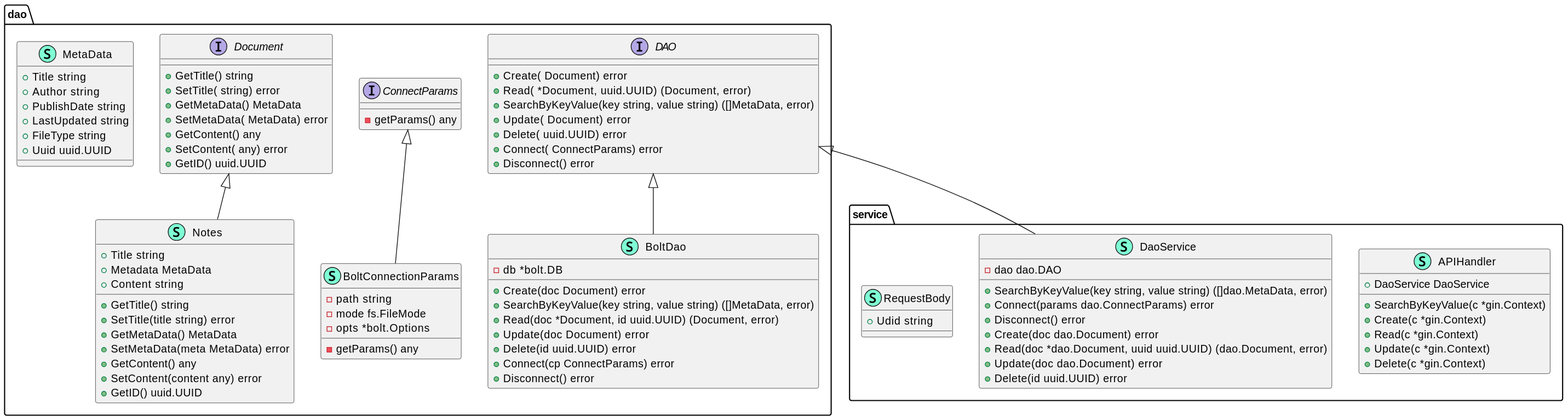
f5aaff/scriptorium keeps this PlantUML diagram as diagrams/uml.svg. Above is the earlier version. The source it was exported from:
```plantuml
@startuml
namespace dao {
    class BoltConnectionParams << (S,Aquamarine) >> {
        - path string
        - mode fs.FileMode
        - opts *bolt.Options

        - getParams() any

    }
    class BoltDao << (S,Aquamarine) >> {
        - db *bolt.DB

        + Create(doc Document) error
        + SearchByKeyValue(key string, value string) ([]MetaData, error)
        + Read(doc *Document, id uuid.UUID) (Document, error)
        + Update(doc Document) error
        + Delete(id uuid.UUID) error
        + Connect(cp ConnectParams) error
        + Disconnect() error

    }
    interface ConnectParams  {
        - getParams() any

    }
    interface DAO  {
        + Create( Document) error
        + Read( *Document,  uuid.UUID) (Document, error)
        + SearchByKeyValue(key string, value string) ([]MetaData, error)
        + Update( Document) error
        + Delete( uuid.UUID) error
        + Connect( ConnectParams) error
        + Disconnect() error

    }
    interface Document  {
        + GetTitle() string
        + SetTitle( string) error
        + GetMetaData() MetaData
        + SetMetaData( MetaData) error
        + GetContent() any
        + SetContent( any) error
        + GetID() uuid.UUID

    }
    class MetaData << (S,Aquamarine) >> {
        + Title string
        + Author string
        + PublishDate string
        + LastUpdated string
        + FileType string
        + Uuid uuid.UUID

    }
    class Notes << (S,Aquamarine) >> {
        + Title string
        + Metadata MetaData
        + Content string

        + GetTitle() string
        + SetTitle(title string) error
        + GetMetaData() MetaData
        + SetMetaData(meta MetaData) error
        + GetContent() any
        + SetContent(content any) error
        + GetID() uuid.UUID

    }
}

"dao.ConnectParams" <|-- "dao.BoltConnectionParams"
"dao.DAO" <|-- "dao.BoltDao"
"dao.Document" <|-- "dao.Notes"

namespace service {
    class APIHandler << (S,Aquamarine) >> {
        + DaoService DaoService

        + SearchByKeyValue(c *gin.Context)
        + Create(c *gin.Context)
        + Read(c *gin.Context)
        + Update(c *gin.Context)
        + Delete(c *gin.Context)

    }
    class DaoService << (S,Aquamarine) >> {
        - dao dao.DAO

        + SearchByKeyValue(key string, value string) ([]dao.MetaData, error)
        + Connect(params dao.ConnectParams) error
        + Disconnect() error
        + Create(doc dao.Document) error
        + Read(doc *dao.Document, uuid uuid.UUID) (dao.Document, error)
        + Update(doc dao.Document) error
        + Delete(id uuid.UUID) error

    }
    class RequestBody << (S,Aquamarine) >> {
        + Udid string

    }
}

"dao.DAO" <|-- "service.DaoService"
@enduml
```
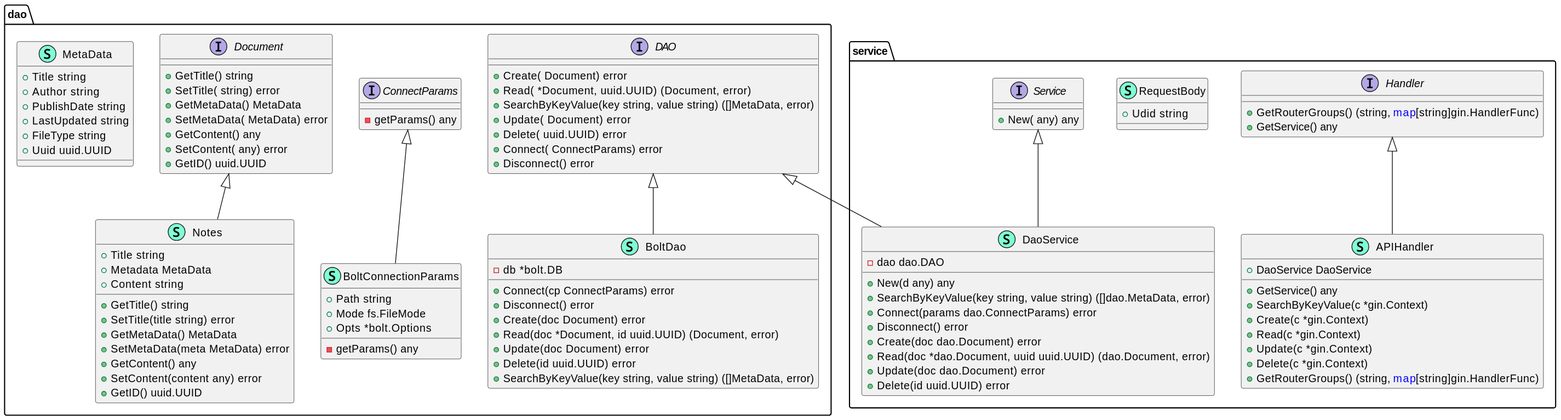
Later version of the same file.

What changed in the source:
```diff
@@ -1,9 +1,9 @@
 @startuml
 namespace dao {
     class BoltConnectionParams << (S,Aquamarine) >> {
-        - path string
-        - mode fs.FileMode
-        - opts *bolt.Options
+        + Path string
+        + Mode fs.FileMode
+        + Opts *bolt.Options
 
         - getParams() any
 
@@ -11,13 +11,13 @@
     class BoltDao << (S,Aquamarine) >> {
         - db *bolt.DB
 
+        + Connect(cp ConnectParams) error
+        + Disconnect() error
         + Create(doc Document) error
-        + SearchByKeyValue(key string, value string) ([]MetaData, error)
         + Read(doc *Document, id uuid.UUID) (Document, error)
         + Update(doc Document) error
         + Delete(id uuid.UUID) error
-        + Connect(cp ConnectParams) error
-        + Disconnect() error
+        + SearchByKeyValue(key string, value string) ([]MetaData, error)
 
     }
     interface ConnectParams  {
@@ -77,16 +77,19 @@
     class APIHandler << (S,Aquamarine) >> {
         + DaoService DaoService
 
+        + GetService() any
         + SearchByKeyValue(c *gin.Context)
         + Create(c *gin.Context)
         + Read(c *gin.Context)
         + Update(c *gin.Context)
         + Delete(c *gin.Context)
+        + GetRouterGroups() (string, <font color=blue>map</font>[string]gin.HandlerFunc)
 
     }
     class DaoService << (S,Aquamarine) >> {
         - dao dao.DAO
 
+        + New(d any) any
         + SearchByKeyValue(key string, value string) ([]dao.MetaData, error)
         + Connect(params dao.ConnectParams) error
         + Disconnect() error
@@ -96,11 +99,22 @@
         + Delete(id uuid.UUID) error
 
     }
+    interface Handler  {
+        + GetRouterGroups() (string, <font color=blue>map</font>[string]gin.HandlerFunc)
+        + GetService() any
+
+    }
     class RequestBody << (S,Aquamarine) >> {
         + Udid string
 
     }
+    interface Service  {
+        + New( any) any
+
+    }
 }
 
+"service.Handler" <|-- "service.APIHandler"
 "dao.DAO" <|-- "service.DaoService"
+"service.Service" <|-- "service.DaoService"
 @enduml
```
